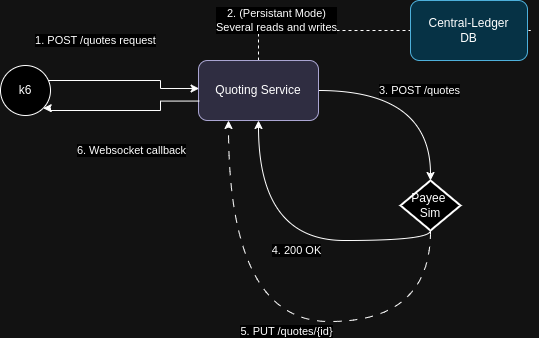
mojaloop/ml-perf-characterization keeps this draw.io diagram as cpu-profiling/quoting-service/assets/quoting-service-testing.drawio.png. Above is the earlier version. Source tidied: cells renumbered, new cells last; positions are measured from the earlier drawing's top-left corner, leaving out a move shared by most shapes. The source it was exported from:
```xml
<mxGraphModel>
  <root>
    <mxCell id="0" />
    <mxCell id="1" parent="0" />
    <mxCell id="2" value="Payee&amp;nbsp;&lt;br&gt;Sim" style="strokeWidth=2;html=1;shape=mxgraph.flowchart.decision;whiteSpace=wrap;" parent="1" vertex="1">
      <mxGeometry x="400" y="180" width="60" height="50" as="geometry" />
    </mxCell>
    <mxCell id="3" value="3. POST /quotes" style="endArrow=classic;html=1;rounded=0;exitX=1;exitY=0.5;exitDx=0;exitDy=0;entryX=0.5;entryY=0;entryDx=0;entryDy=0;entryPerimeter=0;edgeStyle=orthogonalEdgeStyle;curved=1;" parent="1" edge="1" source="6" target="2">
      <mxGeometry relative="1" as="geometry" />
    </mxCell>
    <mxCell id="4" value="4. 200 OK" style="endArrow=classic;html=1;rounded=0;exitX=0.5;exitY=1;exitDx=0;exitDy=0;entryX=0.5;entryY=1;entryDx=0;entryDy=0;exitPerimeter=0;edgeStyle=orthogonalEdgeStyle;curved=1;" parent="1" edge="1" source="2" target="6">
      <mxGeometry x="-0.05" y="10" relative="1" as="geometry" />
    </mxCell>
    <mxCell id="5" value="2. (Persistant Mode)&lt;br&gt;Several reads and writes" style="edgeStyle=orthogonalEdgeStyle;rounded=0;jettySize=auto;html=1;dashed=1;exitX=0.5;exitY=0;exitDx=0;exitDy=0;entryX=0;entryY=0.5;entryDx=0;entryDy=0;" parent="1" edge="1" source="6" target="7">
      <mxGeometry x="-0.78" y="10" relative="1" as="geometry">
        <Array as="points">
          <mxPoint x="258" y="30" />
          <mxPoint x="530" y="30" />
        </Array>
      </mxGeometry>
    </mxCell>
    <mxCell id="6" value="Quoting Service" style="rounded=1;whiteSpace=wrap;html=1;fillColor=#d0cee2;strokeColor=#56517e;" parent="1" vertex="1">
      <mxGeometry x="198" y="60" width="120" height="60" as="geometry" />
    </mxCell>
    <mxCell id="7" value="Central-Ledger&lt;br&gt;DB" style="rounded=1;whiteSpace=wrap;html=1;fillColor=#b1ddf0;strokeColor=#10739e;" parent="1" vertex="1">
      <mxGeometry x="410" width="117" height="60" as="geometry" />
    </mxCell>
    <mxCell id="8" value="1. POST /quotes request" style="edgeStyle=orthogonalEdgeStyle;rounded=0;jettySize=auto;html=1;exitX=1;exitY=0.5;exitDx=0;exitDy=0;entryX=0.005;entryY=0.467;entryDx=0;entryDy=0;entryPerimeter=0;" parent="1" edge="1" target="6">
      <mxGeometry x="-0.08" y="40" relative="1" as="geometry">
        <mxPoint x="10" y="90" as="sourcePoint" />
        <Array as="points">
          <mxPoint x="10" y="80" />
          <mxPoint x="160" y="80" />
          <mxPoint x="160" y="88" />
        </Array>
      </mxGeometry>
    </mxCell>
    <mxCell id="9" value="k6" style="ellipse;whiteSpace=wrap;html=1;" parent="1" vertex="1">
      <mxGeometry y="65" width="50" height="50" as="geometry" />
    </mxCell>
    <mxCell id="10" value="5. PUT /quotes/{id}" style="endArrow=classic;html=1;rounded=0;entryX=0.25;entryY=1;entryDx=0;entryDy=0;edgeStyle=orthogonalEdgeStyle;curved=1;dashed=1;dashPattern=8 8;exitX=0.5;exitY=1;exitDx=0;exitDy=0;exitPerimeter=0;" parent="1" edge="1" source="2" target="6">
      <mxGeometry x="-0.05" y="10" relative="1" as="geometry">
        <Array as="points">
          <mxPoint x="430" y="321" />
          <mxPoint x="228" y="321" />
        </Array>
      </mxGeometry>
    </mxCell>
    <mxCell id="11" value="6. Websocket callback" style="edgeStyle=orthogonalEdgeStyle;rounded=0;jettySize=auto;html=1;entryX=1;entryY=1;entryDx=0;entryDy=0;exitX=0.006;exitY=0.676;exitDx=0;exitDy=0;exitPerimeter=0;" parent="1" edge="1" source="6" target="9">
      <mxGeometry x="-0.08" y="40" relative="1" as="geometry">
        <Array as="points">
          <mxPoint x="160" y="101" />
          <mxPoint x="160" y="110" />
          <mxPoint x="50" y="110" />
          <mxPoint x="50" y="108" />
        </Array>
      </mxGeometry>
    </mxCell>
  </root>
</mxGraphModel>
```
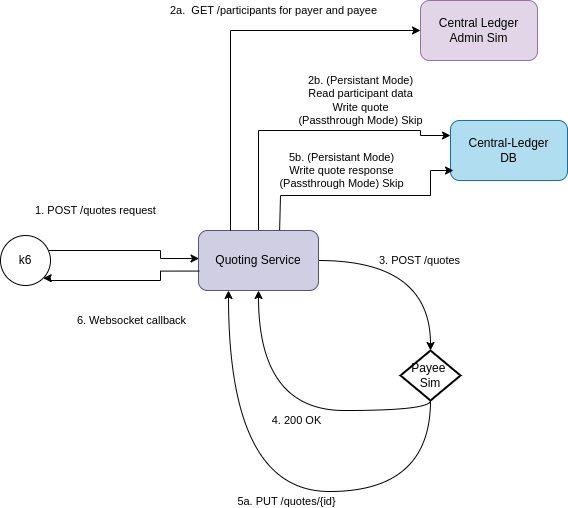
After the change.

Change to the diagram source:
```diff
@@ -11,11 +11,12 @@
     <mxCell id="4" value="4. 200 OK" style="endArrow=classic;html=1;rounded=0;exitX=0.5;exitY=1;exitDx=0;exitDy=0;entryX=0.5;entryY=1;entryDx=0;entryDy=0;exitPerimeter=0;edgeStyle=orthogonalEdgeStyle;curved=1;" parent="1" edge="1" source="2" target="6">
       <mxGeometry x="-0.05" y="10" relative="1" as="geometry" />
     </mxCell>
-    <mxCell id="5" value="2. (Persistant Mode)&lt;br&gt;Several reads and writes" style="edgeStyle=orthogonalEdgeStyle;rounded=0;jettySize=auto;html=1;dashed=1;exitX=0.5;exitY=0;exitDx=0;exitDy=0;entryX=0;entryY=0.5;entryDx=0;entryDy=0;" parent="1" edge="1" source="6" target="7">
-      <mxGeometry x="-0.78" y="10" relative="1" as="geometry">
+    <mxCell id="5" value="2b. (Persistant Mode)&lt;br&gt;Read participant data&lt;br&gt;Write quote&lt;br&gt;(Passthrough Mode) Skip" style="endArrow=classic;rounded=0;jettySize=auto;html=1;exitX=0.5;exitY=0;exitDx=0;exitDy=0;entryX=0;entryY=0.25;entryDx=0;entryDy=0;" parent="1" edge="1" source="6" target="7">
+      <mxGeometry x="0.36" y="30" relative="1" as="geometry">
         <Array as="points">
-          <mxPoint x="258" y="30" />
-          <mxPoint x="530" y="30" />
+          <mxPoint x="258" y="-40" />
+          <mxPoint x="420" y="-40" />
+          <mxPoint x="420" y="-35" />
         </Array>
       </mxGeometry>
     </mxCell>
@@ -23,7 +24,7 @@
       <mxGeometry x="198" y="60" width="120" height="60" as="geometry" />
     </mxCell>
     <mxCell id="7" value="Central-Ledger&lt;br&gt;DB" style="rounded=1;whiteSpace=wrap;html=1;fillColor=#b1ddf0;strokeColor=#10739e;" parent="1" vertex="1">
-      <mxGeometry x="410" width="117" height="60" as="geometry" />
+      <mxGeometry x="450" y="-50" width="117" height="60" as="geometry" />
     </mxCell>
     <mxCell id="8" value="1. POST /quotes request" style="edgeStyle=orthogonalEdgeStyle;rounded=0;jettySize=auto;html=1;exitX=1;exitY=0.5;exitDx=0;exitDy=0;entryX=0.005;entryY=0.467;entryDx=0;entryDy=0;entryPerimeter=0;" parent="1" edge="1" target="6">
       <mxGeometry x="-0.08" y="40" relative="1" as="geometry">
@@ -38,7 +39,7 @@
     <mxCell id="9" value="k6" style="ellipse;whiteSpace=wrap;html=1;" parent="1" vertex="1">
       <mxGeometry y="65" width="50" height="50" as="geometry" />
     </mxCell>
-    <mxCell id="10" value="5. PUT /quotes/{id}" style="endArrow=classic;html=1;rounded=0;entryX=0.25;entryY=1;entryDx=0;entryDy=0;edgeStyle=orthogonalEdgeStyle;curved=1;dashed=1;dashPattern=8 8;exitX=0.5;exitY=1;exitDx=0;exitDy=0;exitPerimeter=0;" parent="1" edge="1" source="2" target="6">
+    <mxCell id="10" value="5a. PUT /quotes/{id}" style="endArrow=classic;html=1;rounded=0;entryX=0.25;entryY=1;entryDx=0;entryDy=0;edgeStyle=orthogonalEdgeStyle;curved=1;exitX=0.5;exitY=1;exitDx=0;exitDy=0;exitPerimeter=0;" parent="1" edge="1" source="2" target="6">
       <mxGeometry x="-0.05" y="10" relative="1" as="geometry">
         <Array as="points">
           <mxPoint x="430" y="321" />
@@ -56,5 +57,27 @@
         </Array>
       </mxGeometry>
     </mxCell>
+    <mxCell id="12" value="Central Ledger Admin Sim" style="rounded=1;whiteSpace=wrap;html=1;fillColor=#e1d5e7;strokeColor=#9673a6;" parent="1" vertex="1">
+      <mxGeometry x="420" y="-170" width="117" height="60" as="geometry" />
+    </mxCell>
+    <mxCell id="13" value="2a.&amp;nbsp; GET /participants for payer and payee" style="edgeStyle=orthogonalEdgeStyle;rounded=0;jettySize=auto;html=1;entryX=0;entryY=0.5;entryDx=0;entryDy=0;" parent="1" edge="1" target="12">
+      <mxGeometry x="0.25" y="20" relative="1" as="geometry">
+        <mxPoint x="230" y="60" as="sourcePoint" />
+        <Array as="points">
+          <mxPoint x="230" y="-140" />
+        </Array>
+      </mxGeometry>
+    </mxCell>
+    <mxCell id="14" value="5b. (Persistant Mode)&lt;br&gt;Write quote response&lt;br&gt;(Passthrough Mode) Skip" style="endArrow=classic;rounded=0;jettySize=auto;html=1;exitX=0.676;exitY=-0.005;exitDx=0;exitDy=0;exitPerimeter=0;" parent="1" edge="1" source="6">
+      <mxGeometry x="-0.18" y="25" relative="1" as="geometry">
+        <mxPoint x="453" as="targetPoint" />
+        <Array as="points">
+          <mxPoint x="280" y="25" />
+          <mxPoint x="430" y="25" />
+          <mxPoint x="430" />
+          <mxPoint x="453" />
+        </Array>
+      </mxGeometry>
+    </mxCell>
   </root>
 </mxGraphModel>
```
